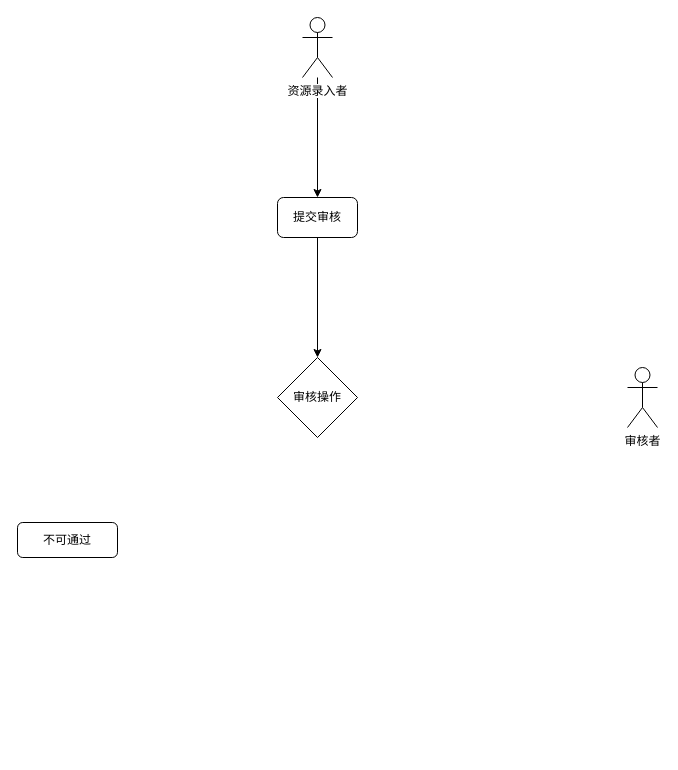
kukulop/kukulop.github.io keeps this draw.io diagram as drop.drawio. Above is the earlier version. Source tidied: cells renumbered, new cells numbered last; positions are measured from the earlier drawing's top-left corner, leaving out a move shared by most shapes. Both pictures are drawn from the tidied source at 100%, with x=0, y=0 at pixel (17, 17).
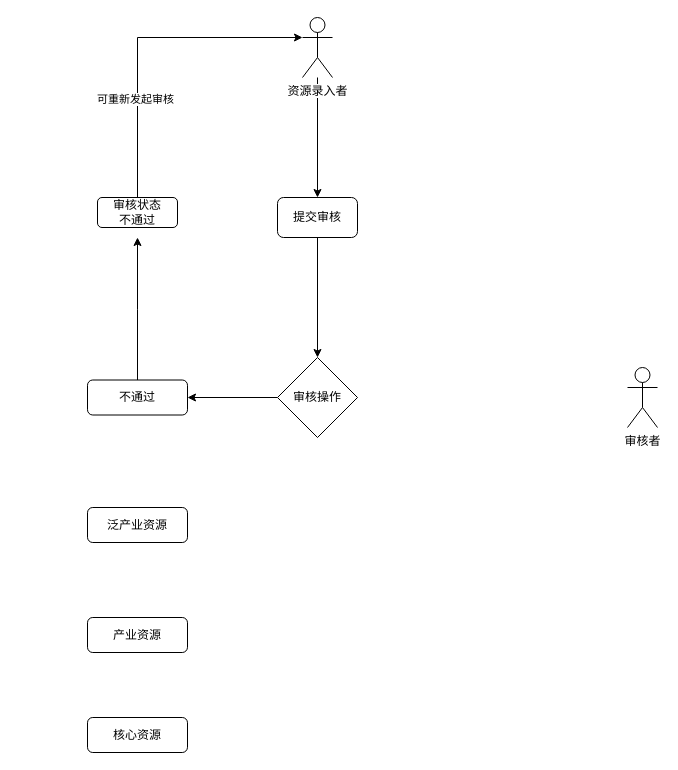
The same page after the edit.

The edit, as a diff of the source:
```diff
@@
 <mxGraphModel>
   <root>
     <mxCell id="0" />
     <mxCell id="1" parent="0" />
     <mxCell id="2" style="edgeStyle=orthogonalEdgeStyle;rounded=0;jettySize=auto;html=1;entryX=0.5;entryY=0;entryDx=0;entryDy=0;" parent="1" edge="1" source="3" target="6">
       <mxGeometry relative="1" as="geometry" />
     </mxCell>
     <mxCell id="3" value="提交审核" style="rounded=1;whiteSpace=wrap;html=1;" parent="1" vertex="1">
       <mxGeometry x="260" y="180" width="80" height="40" as="geometry" />
     </mxCell>
     <mxCell id="4" style="edgeStyle=orthogonalEdgeStyle;rounded=0;jettySize=auto;html=1;entryX=0.5;entryY=0;entryDx=0;entryDy=0;" parent="1" edge="1" source="5" target="3">
       <mxGeometry relative="1" as="geometry" />
     </mxCell>
     <mxCell id="5" value="资源录入者" style="shape=umlActor;verticalLabelPosition=bottom;labelBackgroundColor=#ffffff;verticalAlign=top;html=1;outlineConnect=0;" parent="1" vertex="1">
       <mxGeometry x="285" width="30" height="60" as="geometry" />
     </mxCell>
+    <mxCell id="9" style="edgeStyle=orthogonalEdgeStyle;rounded=0;jettySize=auto;html=1;entryX=1;entryY=0.5;entryDx=0;entryDy=0;" parent="1" edge="1" source="6" target="8">
+      <mxGeometry relative="1" as="geometry" />
+    </mxCell>
     <mxCell id="6" value="审核操作" style="rhombus;whiteSpace=wrap;html=1;" parent="1" vertex="1">
       <mxGeometry x="260" y="340" width="80" height="80" as="geometry" />
     </mxCell>
     <mxCell id="7" value="审核者" style="shape=umlActor;verticalLabelPosition=bottom;labelBackgroundColor=#ffffff;verticalAlign=top;html=1;" parent="1" vertex="1">
       <mxGeometry x="610" y="350" width="30" height="60" as="geometry" />
     </mxCell>
+    <mxCell id="10" style="edgeStyle=orthogonalEdgeStyle;rounded=0;jettySize=auto;html=1;" parent="1" edge="1" source="8">
+      <mxGeometry relative="1" as="geometry">
+        <mxPoint x="120" y="220" as="targetPoint" />
+      </mxGeometry>
+    </mxCell>
-    <mxCell id="8" value="不可通过" style="rounded=1;whiteSpace=wrap;html=1;" parent="1" vertex="1">
-      <mxGeometry y="505" width="100" height="35" as="geometry" />
+    <mxCell id="8" value="不通过" style="rounded=1;whiteSpace=wrap;html=1;" parent="1" vertex="1">
+      <mxGeometry x="70" y="362.5" width="100" height="35" as="geometry" />
     </mxCell>
+    <mxCell id="11" style="edgeStyle=orthogonalEdgeStyle;rounded=0;jettySize=auto;html=1;entryX=0;entryY=0.3333333333333333;entryDx=0;entryDy=0;entryPerimeter=0;" parent="1" edge="1" source="13" target="5">
+      <mxGeometry relative="1" as="geometry">
+        <Array as="points">
+          <mxPoint x="120" y="20" />
+        </Array>
+      </mxGeometry>
+    </mxCell>
+    <mxCell id="12" value="可重新发起审核" style="edgeLabel;html=1;align=center;verticalAlign=middle;" parent="11" vertex="1">
+      <mxGeometry x="-0.39" y="3" relative="1" as="geometry" />
+    </mxCell>
+    <mxCell id="13" value="审核状态&lt;br&gt;不通过" style="rounded=1;whiteSpace=wrap;html=1;" parent="1" vertex="1">
+      <mxGeometry x="80" y="180" width="80" height="30" as="geometry" />
+    </mxCell>
+    <mxCell id="14" value="泛产业资源" style="rounded=1;whiteSpace=wrap;html=1;" parent="1" vertex="1">
+      <mxGeometry x="70" y="490" width="100" height="35" as="geometry" />
+    </mxCell>
+    <mxCell id="15" value="产业资源" style="rounded=1;whiteSpace=wrap;html=1;" parent="1" vertex="1">
+      <mxGeometry x="70" y="600" width="100" height="35" as="geometry" />
+    </mxCell>
+    <mxCell id="16" value="核心资源" style="rounded=1;whiteSpace=wrap;html=1;" parent="1" vertex="1">
+      <mxGeometry x="70" y="700" width="100" height="35" as="geometry" />
+    </mxCell>
   </root>
 </mxGraphModel>
```
